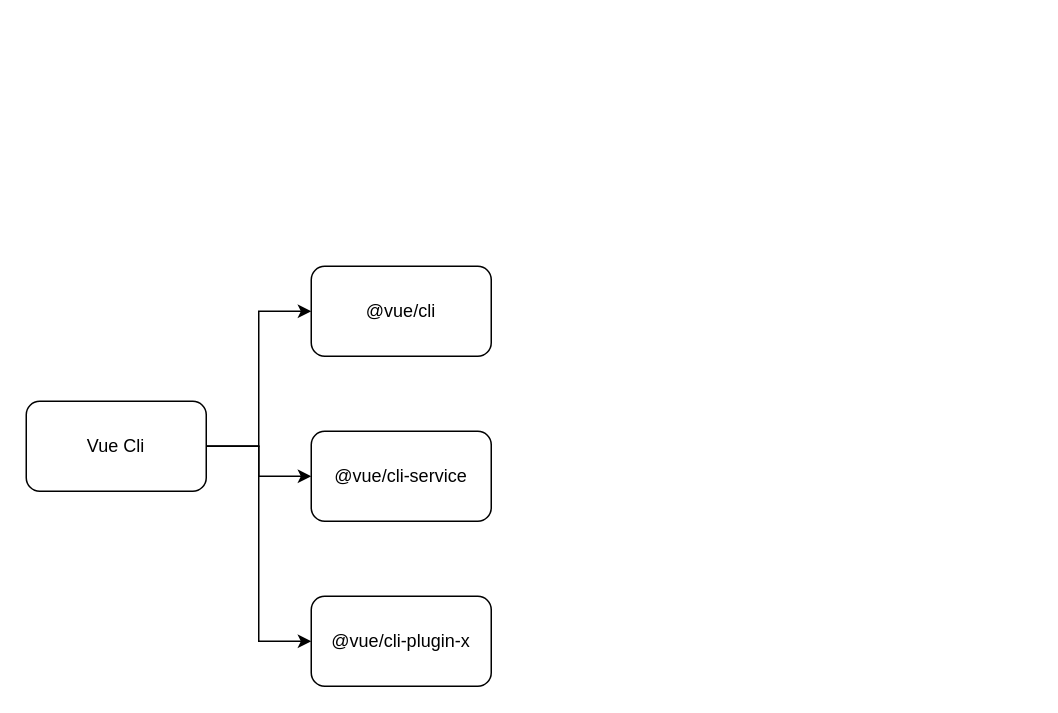
Rockergmail/draw.io keeps this draw.io diagram as frontend/vuecli.drawio. Above is the earlier version. Source tidied: cells renumbered, new cells numbered last; positions are measured from the earlier drawing's top-left corner, leaving out a move shared by most shapes. Both pictures are drawn from the tidied source at 150%, with x=0, y=0 at pixel (26, 266).
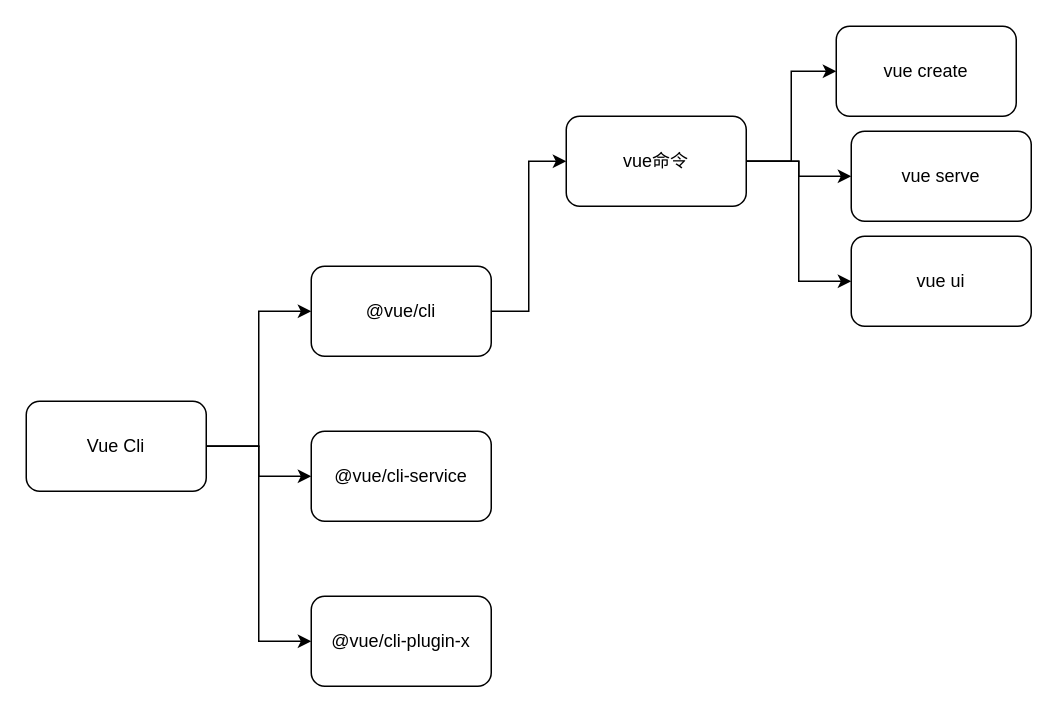
The same page after the edit.

What changed in the source:
```diff
@@
 <mxGraphModel>
   <root>
     <mxCell id="0" />
     <mxCell id="1" parent="0" />
     <mxCell id="2" style="edgeStyle=orthogonalEdgeStyle;rounded=0;jettySize=auto;html=1;exitX=1;exitY=0.5;exitDx=0;exitDy=0;entryX=0;entryY=0.5;entryDx=0;entryDy=0;" parent="1" edge="1" source="5" target="6">
       <mxGeometry relative="1" as="geometry" />
     </mxCell>
     <mxCell id="3" style="edgeStyle=orthogonalEdgeStyle;rounded=0;jettySize=auto;html=1;exitX=1;exitY=0.5;exitDx=0;exitDy=0;entryX=0;entryY=0.5;entryDx=0;entryDy=0;" parent="1" edge="1" source="5" target="7">
       <mxGeometry relative="1" as="geometry" />
     </mxCell>
     <mxCell id="4" style="edgeStyle=orthogonalEdgeStyle;rounded=0;jettySize=auto;html=1;exitX=1;exitY=0.5;exitDx=0;exitDy=0;entryX=0;entryY=0.5;entryDx=0;entryDy=0;" parent="1" edge="1" source="5" target="8">
       <mxGeometry relative="1" as="geometry" />
     </mxCell>
     <mxCell id="5" value="Vue Cli" style="rounded=1;whiteSpace=wrap;html=1;" parent="1" vertex="1">
       <mxGeometry y="90" width="120" height="60" as="geometry" />
     </mxCell>
+    <mxCell id="9" style="edgeStyle=orthogonalEdgeStyle;rounded=0;jettySize=auto;html=1;exitX=1;exitY=0.5;exitDx=0;exitDy=0;entryX=0;entryY=0.5;entryDx=0;entryDy=0;" parent="1" edge="1" source="6" target="15">
+      <mxGeometry relative="1" as="geometry" />
+    </mxCell>
     <mxCell id="6" value="@vue/cli" style="rounded=1;whiteSpace=wrap;html=1;" parent="1" vertex="1">
       <mxGeometry x="190" width="120" height="60" as="geometry" />
     </mxCell>
     <mxCell id="7" value="@vue/cli-service" style="rounded=1;whiteSpace=wrap;html=1;" parent="1" vertex="1">
       <mxGeometry x="190" y="110" width="120" height="60" as="geometry" />
     </mxCell>
     <mxCell id="8" value="@vue/cli-plugin-x" style="rounded=1;whiteSpace=wrap;html=1;" parent="1" vertex="1">
       <mxGeometry x="190" y="220" width="120" height="60" as="geometry" />
     </mxCell>
+    <mxCell id="10" value="vue serve" style="rounded=1;whiteSpace=wrap;html=1;" parent="1" vertex="1">
+      <mxGeometry x="550" y="-90" width="120" height="60" as="geometry" />
+    </mxCell>
+    <mxCell id="11" value="vue create" style="rounded=1;whiteSpace=wrap;html=1;" parent="1" vertex="1">
+      <mxGeometry x="540" y="-160" width="120" height="60" as="geometry" />
+    </mxCell>
+    <mxCell id="12" style="edgeStyle=orthogonalEdgeStyle;rounded=0;jettySize=auto;html=1;exitX=1;exitY=0.5;exitDx=0;exitDy=0;entryX=0;entryY=0.5;entryDx=0;entryDy=0;" parent="1" edge="1" source="15" target="11">
+      <mxGeometry relative="1" as="geometry" />
+    </mxCell>
+    <mxCell id="13" style="edgeStyle=orthogonalEdgeStyle;rounded=0;jettySize=auto;html=1;exitX=1;exitY=0.5;exitDx=0;exitDy=0;entryX=0;entryY=0.5;entryDx=0;entryDy=0;" parent="1" edge="1" source="15" target="10">
+      <mxGeometry relative="1" as="geometry" />
+    </mxCell>
+    <mxCell id="14" style="edgeStyle=orthogonalEdgeStyle;rounded=0;jettySize=auto;html=1;exitX=1;exitY=0.5;exitDx=0;exitDy=0;entryX=0;entryY=0.5;entryDx=0;entryDy=0;" parent="1" edge="1" source="15" target="16">
+      <mxGeometry relative="1" as="geometry" />
+    </mxCell>
+    <mxCell id="15" value="vue命令" style="rounded=1;whiteSpace=wrap;html=1;" parent="1" vertex="1">
+      <mxGeometry x="360" y="-100" width="120" height="60" as="geometry" />
+    </mxCell>
+    <mxCell id="16" value="vue ui&lt;br&gt;" style="rounded=1;whiteSpace=wrap;html=1;" parent="1" vertex="1">
+      <mxGeometry x="550" y="-20" width="120" height="60" as="geometry" />
+    </mxCell>
   </root>
 </mxGraphModel>
```
